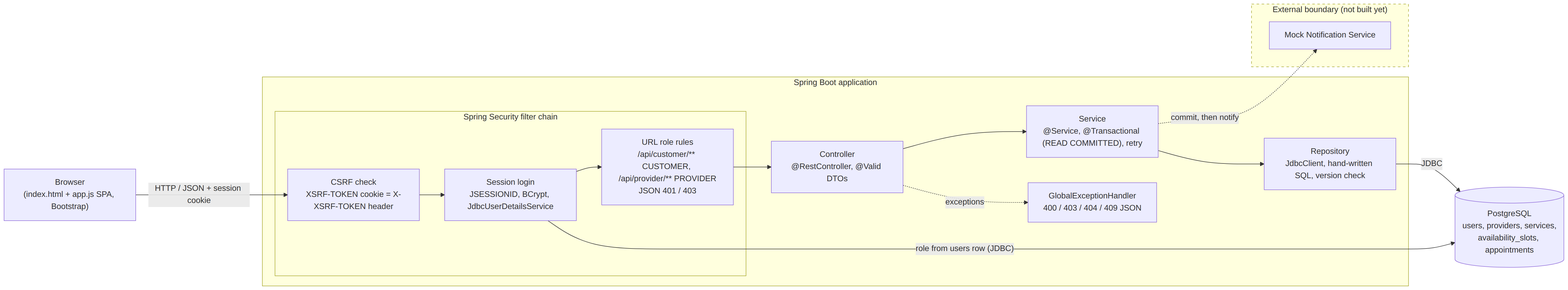
Above: docs/block-diagram.png in c-banh-mi/cmpe172-interview-scheduler (Mermaid), before the change. Its source is kept beside it as docs/block-diagram.mmd.
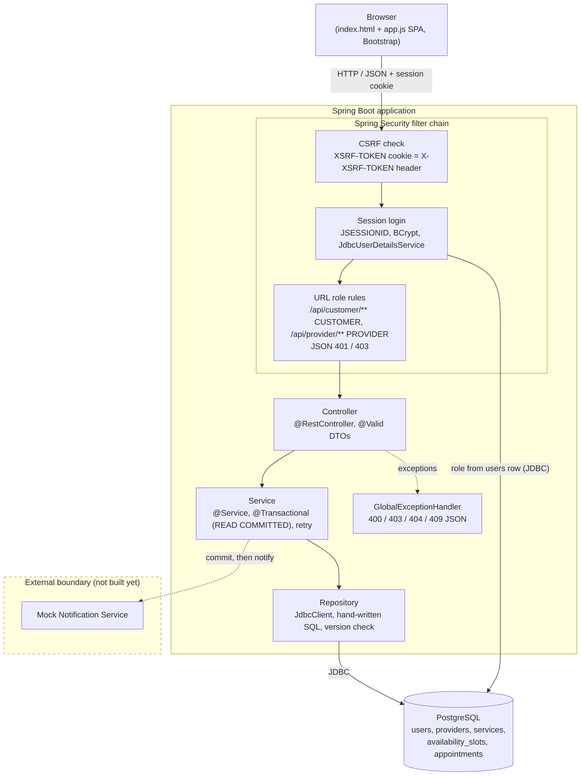
Later version of the same file.

Commit message:
Lay out the block diagram top to bottom so it stays readable at report page width

What changed in the source:
```diff
@@ -1,10 +1,10 @@
-flowchart LR
+flowchart TB
     browser["Browser<br/>(index.html + app.js SPA, Bootstrap)"]
 
     subgraph app["Spring Boot application"]
         direction TB
         subgraph security["Spring Security filter chain"]
-            direction TB
+            direction LR
             csrf["CSRF check<br/>XSRF-TOKEN cookie = X-XSRF-TOKEN header"]
             session["Session login<br/>JSESSIONID, BCrypt, JdbcUserDetailsService"]
             rbac["URL role rules<br/>/api/customer/** CUSTOMER, /api/provider/** PROVIDER<br/>JSON 401 / 403"]
```
